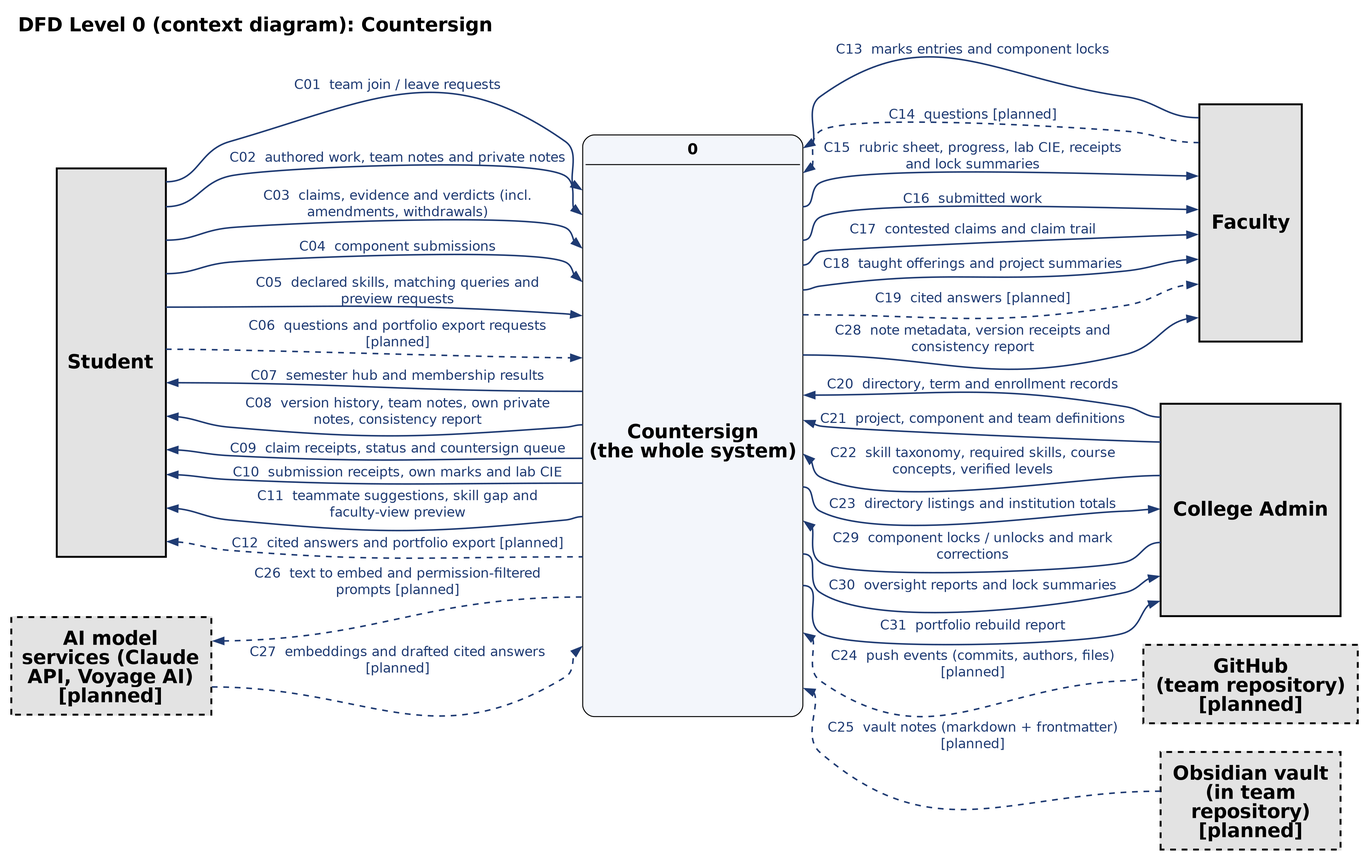
Above: docs/lab/dfd/png/dfd_level0_context.png in Arun-Sanjay/countersign-dbms (Graphviz), before the change. Its source is kept beside it as docs/lab/dfd/dot/dfd_level0_context.dot.
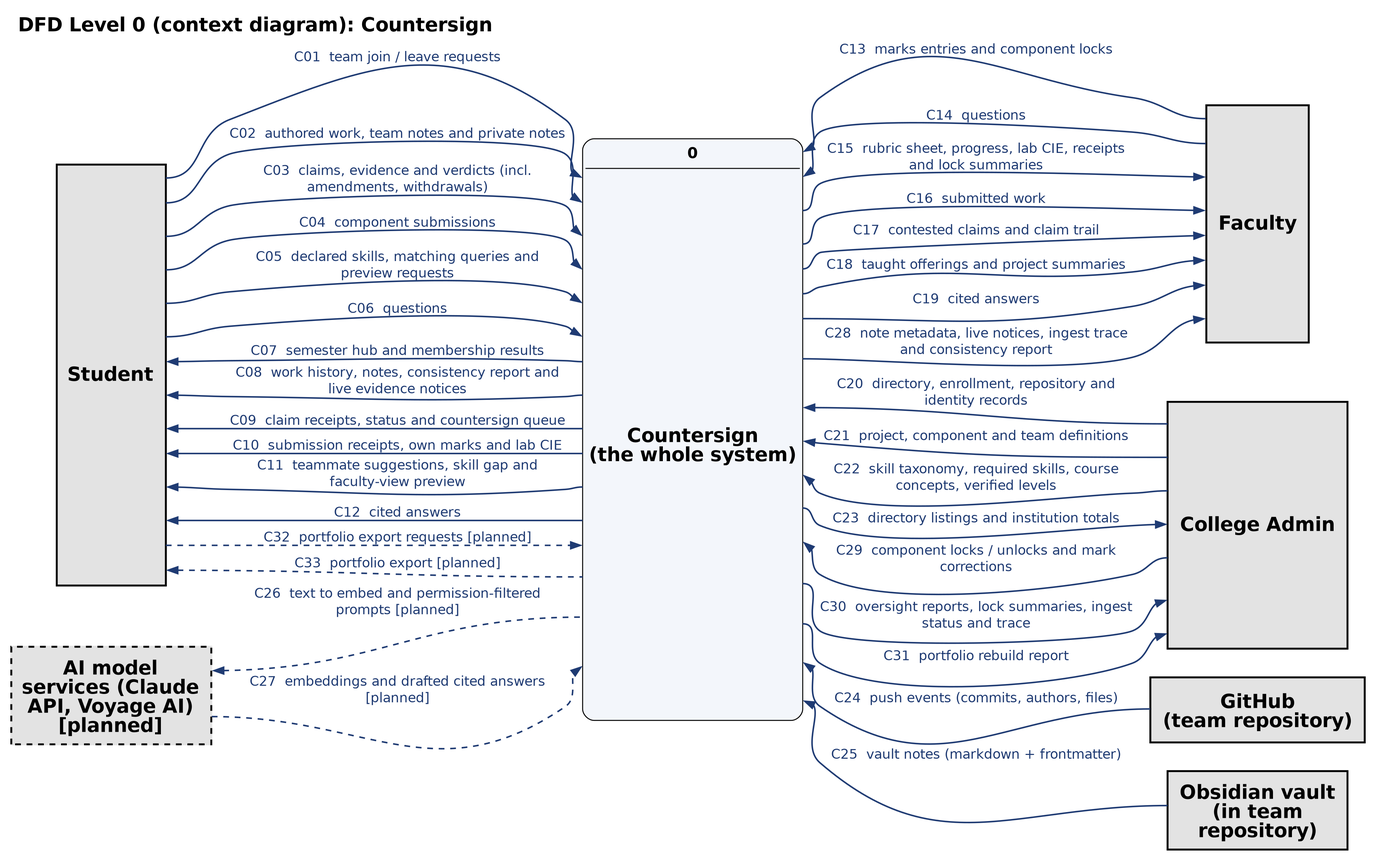
Later version of the same file.

The edit, as a diff of the source:
```diff
@@ -4,13 +4,13 @@
          label=<<b>DFD Level 0 (context diagram): Countersign</b>>];
   node  [fontname="Helvetica", fontsize=16];
   edge  [fontname="Helvetica", fontsize=14, arrowsize=1.0];
-  "STU" [shape=plain, label=<<table border="2" cellborder="0" cellspacing="0" cellpadding="0" bgcolor="#e3e3e3"><tr><td rowspan="13" cellpadding="10"><font point-size="20"><b>Student</b></font></td><td port="p0" height="26" width="2"></td></tr><tr><td port="p1" height="26" width="2"></td></tr><tr><td port="p2" height="44" width="2"></td></tr><tr><td port="p3" height="26" width="2"></td></tr><tr><td port="p4" height="44" width="2"></td></tr><tr><td port="p5" height="44" width="2"></td></tr><tr><td port="p6" height="26" width="2"></td></tr><tr><td port="p7" height="44" width="2"></td></tr><tr><td port="p8" height="26" width="2"></td></tr><tr><td port="p9" height="26" width="2"></td></tr><tr><td port="p10" height="44" width="2"></td></tr><tr><td port="p11" height="26" width="2"></td></tr><tr><td height="2" width="2"></td></tr></table>>];
+  "STU" [shape=plain, label=<<table border="2" cellborder="0" cellspacing="0" cellpadding="0" bgcolor="#e3e3e3"><tr><td rowspan="15" cellpadding="10"><font point-size="20"><b>Student</b></font></td><td port="p0" height="26" width="2"></td></tr><tr><td port="p1" height="26" width="2"></td></tr><tr><td port="p2" height="44" width="2"></td></tr><tr><td port="p3" height="26" width="2"></td></tr><tr><td port="p4" height="44" width="2"></td></tr><tr><td port="p5" height="26" width="2"></td></tr><tr><td port="p6" height="26" width="2"></td></tr><tr><td port="p7" height="44" width="2"></td></tr><tr><td port="p8" height="26" width="2"></td></tr><tr><td port="p9" height="26" width="2"></td></tr><tr><td port="p10" height="44" width="2"></td></tr><tr><td port="p11" height="26" width="2"></td></tr><tr><td port="p12" height="26" width="2"></td></tr><tr><td port="p13" height="26" width="2"></td></tr><tr><td height="2" width="2"></td></tr></table>>];
   "AI" [shape=plain, label=<<table border="2" cellborder="0" cellspacing="0" cellpadding="0" bgcolor="#e3e3e3" style="dashed"><tr><td rowspan="3" cellpadding="10"><font point-size="20"><b>AI model</b><br/><b>services (Claude</b><br/><b>API, Voyage AI)</b><br/><b>[planned]</b></font></td><td port="p0" height="44" width="2"></td></tr><tr><td port="p1" height="44" width="2"></td></tr><tr><td height="2" width="2"></td></tr></table>>];
   "FAC" [shape=plain, label=<<table border="2" cellborder="0" cellspacing="0" cellpadding="0" bgcolor="#e3e3e3"><tr><td port="p0" height="26" width="2"></td><td rowspan="9" cellpadding="10"><font point-size="20"><b>Faculty</b></font></td><td rowspan="8" width="2"></td></tr><tr><td port="p1" height="26" width="2"></td></tr><tr><td port="p2" height="44" width="2"></td></tr><tr><td port="p3" height="26" width="2"></td></tr><tr><td port="p4" height="26" width="2"></td></tr><tr><td port="p5" height="26" width="2"></td></tr><tr><td port="p6" height="26" width="2"></td></tr><tr><td port="p7" height="44" width="2"></td></tr><tr><td height="2" width="2"></td><td height="2" width="2"></td></tr></table>>];
-  "ADM" [shape=plain, label=<<table border="2" cellborder="0" cellspacing="0" cellpadding="0" bgcolor="#e3e3e3"><tr><td port="p0" height="26" width="2"></td><td rowspan="8" cellpadding="10"><font point-size="20"><b>College Admin</b></font></td><td rowspan="7" width="2"></td></tr><tr><td port="p1" height="26" width="2"></td></tr><tr><td port="p2" height="44" width="2"></td></tr><tr><td port="p3" height="26" width="2"></td></tr><tr><td port="p4" height="44" width="2"></td></tr><tr><td port="p5" height="26" width="2"></td></tr><tr><td port="p6" height="26" width="2"></td></tr><tr><td height="2" width="2"></td><td height="2" width="2"></td></tr></table>>];
-  "GH" [shape=plain, label=<<table border="2" cellborder="0" cellspacing="0" cellpadding="0" bgcolor="#e3e3e3" style="dashed"><tr><td port="p0" height="64" width="2"></td><td rowspan="2" cellpadding="10"><font point-size="20"><b>GitHub</b><br/><b>(team repository)</b><br/><b>[planned]</b></font></td><td rowspan="1" width="2"></td></tr><tr><td height="2" width="2"></td><td height="2" width="2"></td></tr></table>>];
-  "OBS" [shape=plain, label=<<table border="2" cellborder="0" cellspacing="0" cellpadding="0" bgcolor="#e3e3e3" style="dashed"><tr><td port="p0" height="64" width="2"></td><td rowspan="2" cellpadding="10"><font point-size="20"><b>Obsidian vault</b><br/><b>(in team</b><br/><b>repository)</b><br/><b>[planned]</b></font></td><td rowspan="1" width="2"></td></tr><tr><td height="2" width="2"></td><td height="2" width="2"></td></tr></table>>];
-  "SYS" [shape=plain, label=<<table border="1" cellborder="0" cellspacing="0" cellpadding="4" style="rounded" bgcolor="#f3f6fb"><tr><td rowspan="2" cellpadding="0"><table border="0" cellborder="0" cellspacing="0" cellpadding="0"><tr><td height="44" width="2"></td></tr><tr><td port="LC01" height="26" width="2"></td></tr><tr><td port="LC02" height="26" width="2"></td></tr><tr><td port="LC03" height="44" width="2"></td></tr><tr><td port="LC04" height="26" width="2"></td></tr><tr><td port="LC05" height="44" width="2"></td></tr><tr><td port="LC06" height="44" width="2"></td></tr><tr><td port="LC07" height="26" width="2"></td></tr><tr><td port="LC08" height="44" width="2"></td></tr><tr><td port="LC09" height="26" width="2"></td></tr><tr><td port="LC10" height="26" width="2"></td></tr><tr><td port="LC11" height="44" width="2"></td></tr><tr><td port="LC12" height="40" width="2"></td></tr><tr><td port="LC26" height="44" width="2"></td></tr><tr><td port="LC27" height="58" width="2"></td></tr><tr><td height="44" width="2"></td></tr></table></td><td sides="b" border="1" height="30" width="220"><font point-size="16"><b>0</b></font></td><td rowspan="2" cellpadding="0"><table border="0" cellborder="0" cellspacing="0" cellpadding="0"><tr><td port="RC13" height="26" width="2"></td></tr><tr><td port="RC14" height="26" width="2"></td></tr><tr><td port="RC15" height="44" width="2"></td></tr><tr><td port="RC16" height="26" width="2"></td></tr><tr><td port="RC17" height="26" width="2"></td></tr><tr><td port="RC18" height="26" width="2"></td></tr><tr><td port="RC19" height="26" width="2"></td></tr><tr><td port="RC28" height="58" width="2"></td></tr><tr><td port="RC20" height="26" width="2"></td></tr><tr><td port="RC21" height="26" width="2"></td></tr><tr><td port="RC22" height="44" width="2"></td></tr><tr><td port="RC23" height="26" width="2"></td></tr><tr><td port="RC29" height="44" width="2"></td></tr><tr><td port="RC30" height="26" width="2"></td></tr><tr><td port="RC31" height="40" width="2"></td></tr><tr><td port="RC24" height="58" width="2"></td></tr><tr><td port="RC25" height="58" width="2"></td></tr></table></td></tr><tr><td height="576"><font point-size="20"><b>Countersign<br/>(the whole system)</b></font></td></tr></table>>];
+  "ADM" [shape=plain, label=<<table border="2" cellborder="0" cellspacing="0" cellpadding="0" bgcolor="#e3e3e3"><tr><td port="p0" height="44" width="2"></td><td rowspan="8" cellpadding="10"><font point-size="20"><b>College Admin</b></font></td><td rowspan="7" width="2"></td></tr><tr><td port="p1" height="26" width="2"></td></tr><tr><td port="p2" height="44" width="2"></td></tr><tr><td port="p3" height="26" width="2"></td></tr><tr><td port="p4" height="44" width="2"></td></tr><tr><td port="p5" height="44" width="2"></td></tr><tr><td port="p6" height="26" width="2"></td></tr><tr><td height="2" width="2"></td><td height="2" width="2"></td></tr></table>>];
+  "GH" [shape=plain, label=<<table border="2" cellborder="0" cellspacing="0" cellpadding="0" bgcolor="#e3e3e3"><tr><td port="p0" height="64" width="2"></td><td rowspan="2" cellpadding="10"><font point-size="20"><b>GitHub</b><br/><b>(team repository)</b></font></td><td rowspan="1" width="2"></td></tr><tr><td height="2" width="2"></td><td height="2" width="2"></td></tr></table>>];
+  "OBS" [shape=plain, label=<<table border="2" cellborder="0" cellspacing="0" cellpadding="0" bgcolor="#e3e3e3"><tr><td port="p0" height="64" width="2"></td><td rowspan="2" cellpadding="10"><font point-size="20"><b>Obsidian vault</b><br/><b>(in team</b><br/><b>repository)</b></font></td><td rowspan="1" width="2"></td></tr><tr><td height="2" width="2"></td><td height="2" width="2"></td></tr></table>>];
+  "SYS" [shape=plain, label=<<table border="1" cellborder="0" cellspacing="0" cellpadding="4" style="rounded" bgcolor="#f3f6fb"><tr><td rowspan="2" cellpadding="0"><table border="0" cellborder="0" cellspacing="0" cellpadding="0"><tr><td height="27" width="2"></td></tr><tr><td port="LC01" height="26" width="2"></td></tr><tr><td port="LC02" height="26" width="2"></td></tr><tr><td port="LC03" height="44" width="2"></td></tr><tr><td port="LC04" height="26" width="2"></td></tr><tr><td port="LC05" height="44" width="2"></td></tr><tr><td port="LC06" height="26" width="2"></td></tr><tr><td port="LC07" height="26" width="2"></td></tr><tr><td port="LC08" height="44" width="2"></td></tr><tr><td port="LC09" height="26" width="2"></td></tr><tr><td port="LC10" height="26" width="2"></td></tr><tr><td port="LC11" height="44" width="2"></td></tr><tr><td port="LC12" height="26" width="2"></td></tr><tr><td port="LC32" height="26" width="2"></td></tr><tr><td port="LC33" height="40" width="2"></td></tr><tr><td port="LC26" height="44" width="2"></td></tr><tr><td port="LC27" height="58" width="2"></td></tr><tr><td height="27" width="2"></td></tr></table></td><td sides="b" border="1" height="30" width="220"><font point-size="16"><b>0</b></font></td><td rowspan="2" cellpadding="0"><table border="0" cellborder="0" cellspacing="0" cellpadding="0"><tr><td port="RC13" height="26" width="2"></td></tr><tr><td port="RC14" height="26" width="2"></td></tr><tr><td port="RC15" height="44" width="2"></td></tr><tr><td port="RC16" height="26" width="2"></td></tr><tr><td port="RC17" height="26" width="2"></td></tr><tr><td port="RC18" height="26" width="2"></td></tr><tr><td port="RC19" height="26" width="2"></td></tr><tr><td port="RC28" height="58" width="2"></td></tr><tr><td port="RC20" height="44" width="2"></td></tr><tr><td port="RC21" height="26" width="2"></td></tr><tr><td port="RC22" height="44" width="2"></td></tr><tr><td port="RC23" height="26" width="2"></td></tr><tr><td port="RC29" height="44" width="2"></td></tr><tr><td port="RC30" height="44" width="2"></td></tr><tr><td port="RC31" height="40" width="2"></td></tr><tr><td port="RC24" height="40" width="2"></td></tr><tr><td port="RC25" height="40" width="2"></td></tr></table></td></tr><tr><td height="576"><font point-size="20"><b>Countersign<br/>(the whole system)</b></font></td></tr></table>>];
   { rank=same; "STU"; "AI"; }
   { rank=same; "FAC"; "ADM"; "GH"; "OBS"; }
   "STU" -> "AI" [style=invis];
@@ -20,30 +20,32 @@
   "STU":p2:e -> "SYS":LC03:w [label="C03  claims, evidence and verdicts (incl.\namendments, withdrawals)", color="#1f3b73", fontcolor="#1f3b73", penwidth=1.6];
   "STU":p3:e -> "SYS":LC04:w [label="C04  component submissions", color="#1f3b73", fontcolor="#1f3b73", penwidth=1.6];
   "STU":p4:e -> "SYS":LC05:w [label="C05  declared skills, matching queries and\npreview requests", color="#1f3b73", fontcolor="#1f3b73", penwidth=1.6];
-  "STU":p5:e -> "SYS":LC06:w [label="C06  questions and portfolio export requests\n[planned]", color="#1f3b73", fontcolor="#1f3b73", penwidth=1.6, style=dashed];
+  "STU":p5:e -> "SYS":LC06:w [label="C06  questions", color="#1f3b73", fontcolor="#1f3b73", penwidth=1.6];
   "STU":p6:e -> "SYS":LC07:w [label="C07  semester hub and membership results", color="#1f3b73", fontcolor="#1f3b73", penwidth=1.6, dir=back];
-  "STU":p7:e -> "SYS":LC08:w [label="C08  version history, team notes, own private\nnotes, consistency report", color="#1f3b73", fontcolor="#1f3b73", penwidth=1.6, dir=back];
+  "STU":p7:e -> "SYS":LC08:w [label="C08  work history, notes, consistency report and\nlive evidence notices", color="#1f3b73", fontcolor="#1f3b73", penwidth=1.6, dir=back];
   "STU":p8:e -> "SYS":LC09:w [label="C09  claim receipts, status and countersign queue", color="#1f3b73", fontcolor="#1f3b73", penwidth=1.6, dir=back];
   "STU":p9:e -> "SYS":LC10:w [label="C10  submission receipts, own marks and lab CIE", color="#1f3b73", fontcolor="#1f3b73", penwidth=1.6, dir=back];
   "STU":p10:e -> "SYS":LC11:w [label="C11  teammate suggestions, skill gap and\nfaculty-view preview", color="#1f3b73", fontcolor="#1f3b73", penwidth=1.6, dir=back];
-  "STU":p11:e -> "SYS":LC12:w [label="C12  cited answers and portfolio export [planned]", color="#1f3b73", fontcolor="#1f3b73", penwidth=1.6, dir=back, style=dashed];
+  "STU":p11:e -> "SYS":LC12:w [label="C12  cited answers", color="#1f3b73", fontcolor="#1f3b73", penwidth=1.6, dir=back];
+  "STU":p12:e -> "SYS":LC32:w [label="C32  portfolio export requests [planned]", color="#1f3b73", fontcolor="#1f3b73", penwidth=1.6, style=dashed];
+  "STU":p13:e -> "SYS":LC33:w [label="C33  portfolio export [planned]", color="#1f3b73", fontcolor="#1f3b73", penwidth=1.6, dir=back, style=dashed];
   "AI":p0:e -> "SYS":LC26:w [label="C26  text to embed and permission-filtered\nprompts [planned]", color="#1f3b73", fontcolor="#1f3b73", penwidth=1.6, dir=back, style=dashed];
   "AI":p1:e -> "SYS":LC27:w [label="C27  embeddings and drafted cited answers\n[planned]", color="#1f3b73", fontcolor="#1f3b73", penwidth=1.6, style=dashed];
   "SYS":RC13:e -> "FAC":p0:w [label="C13  marks entries and component locks", color="#1f3b73", fontcolor="#1f3b73", penwidth=1.6, dir=back];
-  "SYS":RC14:e -> "FAC":p1:w [label="C14  questions [planned]", color="#1f3b73", fontcolor="#1f3b73", penwidth=1.6, dir=back, style=dashed];
+  "SYS":RC14:e -> "FAC":p1:w [label="C14  questions", color="#1f3b73", fontcolor="#1f3b73", penwidth=1.6, dir=back];
   "SYS":RC15:e -> "FAC":p2:w [label="C15  rubric sheet, progress, lab CIE, receipts\nand lock summaries", color="#1f3b73", fontcolor="#1f3b73", penwidth=1.6];
   "SYS":RC16:e -> "FAC":p3:w [label="C16  submitted work", color="#1f3b73", fontcolor="#1f3b73", penwidth=1.6];
   "SYS":RC17:e -> "FAC":p4:w [label="C17  contested claims and claim trail", color="#1f3b73", fontcolor="#1f3b73", penwidth=1.6];
   "SYS":RC18:e -> "FAC":p5:w [label="C18  taught offerings and project summaries", color="#1f3b73", fontcolor="#1f3b73", penwidth=1.6];
-  "SYS":RC19:e -> "FAC":p6:w [label="C19  cited answers [planned]", color="#1f3b73", fontcolor="#1f3b73", penwidth=1.6, style=dashed];
-  "SYS":RC28:e -> "FAC":p7:w [label="C28  note metadata, version receipts and\nconsistency report", color="#1f3b73", fontcolor="#1f3b73", penwidth=1.6];
-  "SYS":RC20:e -> "ADM":p0:w [label="C20  directory, term and enrollment records", color="#1f3b73", fontcolor="#1f3b73", penwidth=1.6, dir=back];
+  "SYS":RC19:e -> "FAC":p6:w [label="C19  cited answers", color="#1f3b73", fontcolor="#1f3b73", penwidth=1.6];
+  "SYS":RC28:e -> "FAC":p7:w [label="C28  note metadata, live notices, ingest trace\nand consistency report", color="#1f3b73", fontcolor="#1f3b73", penwidth=1.6];
+  "SYS":RC20:e -> "ADM":p0:w [label="C20  directory, enrollment, repository and\nidentity records", color="#1f3b73", fontcolor="#1f3b73", penwidth=1.6, dir=back];
   "SYS":RC21:e -> "ADM":p1:w [label="C21  project, component and team definitions", color="#1f3b73", fontcolor="#1f3b73", penwidth=1.6, dir=back];
   "SYS":RC22:e -> "ADM":p2:w [label="C22  skill taxonomy, required skills, course\nconcepts, verified levels", color="#1f3b73", fontcolor="#1f3b73", penwidth=1.6, dir=back];
   "SYS":RC23:e -> "ADM":p3:w [label="C23  directory listings and institution totals", color="#1f3b73", fontcolor="#1f3b73", penwidth=1.6];
   "SYS":RC29:e -> "ADM":p4:w [label="C29  component locks / unlocks and mark\ncorrections", color="#1f3b73", fontcolor="#1f3b73", penwidth=1.6, dir=back];
-  "SYS":RC30:e -> "ADM":p5:w [label="C30  oversight reports and lock summaries", color="#1f3b73", fontcolor="#1f3b73", penwidth=1.6];
+  "SYS":RC30:e -> "ADM":p5:w [label="C30  oversight reports, lock summaries, ingest\nstatus and trace", color="#1f3b73", fontcolor="#1f3b73", penwidth=1.6];
   "SYS":RC31:e -> "ADM":p6:w [label="C31  portfolio rebuild report", color="#1f3b73", fontcolor="#1f3b73", penwidth=1.6];
-  "SYS":RC24:e -> "GH":p0:w [label="C24  push events (commits, authors, files)\n[planned]", color="#1f3b73", fontcolor="#1f3b73", penwidth=1.6, dir=back, style=dashed];
-  "SYS":RC25:e -> "OBS":p0:w [label="C25  vault notes (markdown + frontmatter)\n[planned]", color="#1f3b73", fontcolor="#1f3b73", penwidth=1.6, dir=back, style=dashed];
+  "SYS":RC24:e -> "GH":p0:w [label="C24  push events (commits, authors, files)", color="#1f3b73", fontcolor="#1f3b73", penwidth=1.6, dir=back];
+  "SYS":RC25:e -> "OBS":p0:w [label="C25  vault notes (markdown + frontmatter)", color="#1f3b73", fontcolor="#1f3b73", penwidth=1.6, dir=back];
 }
```
